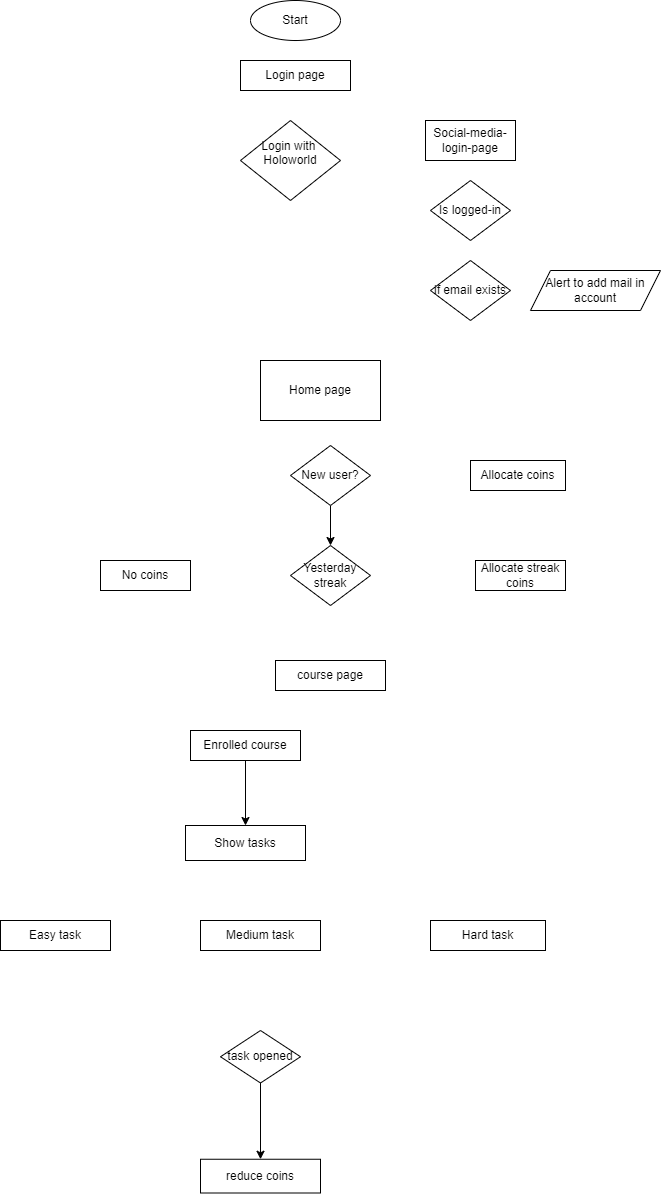
The draw.io diagram public/Coin-flow-chart.drawio.png in karthiksatish159/googleads, before a commit. Source tidied: cells renumbered, new cells last; positions are measured from the earlier drawing's top-left corner, leaving out a move shared by most shapes.
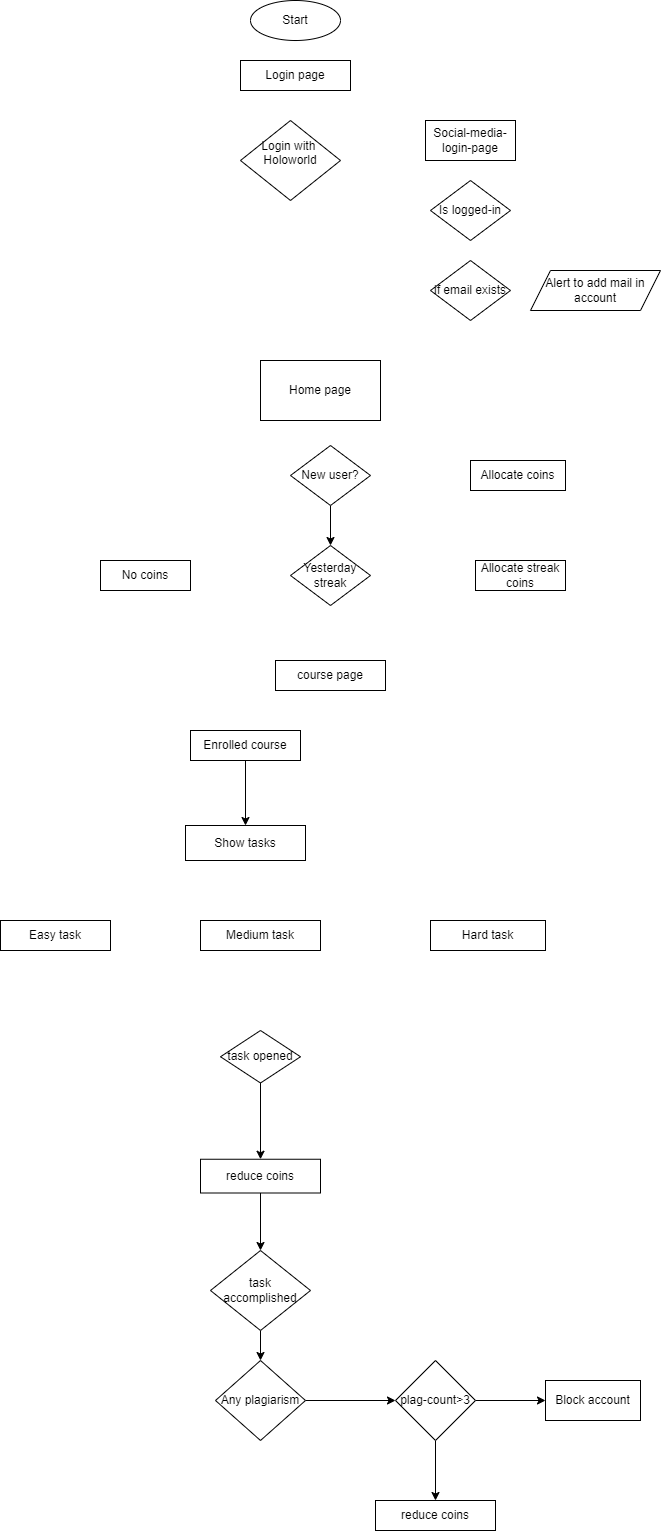
The same file after the commit.

Change to the diagram source:
```diff
@@ -62,6 +62,9 @@
     <mxCell id="21" value="task opened" style="rhombus;whiteSpace=wrap;html=1;rounded=0;" parent="1" vertex="1">
       <mxGeometry x="220" y="1030" width="80" height="52.5" as="geometry" />
     </mxCell>
+    <mxCell id="26" style="edgeStyle=orthogonalEdgeStyle;rounded=0;jettySize=auto;html=1;" parent="1" edge="1" source="22" target="28">
+      <mxGeometry relative="1" as="geometry" />
+    </mxCell>
     <mxCell id="22" value="reduce coins" style="whiteSpace=wrap;html=1;rounded=0;" parent="1" vertex="1">
       <mxGeometry x="200" y="1158.8" width="120" height="33.8" as="geometry" />
     </mxCell>
@@ -74,5 +77,32 @@
     <mxCell id="25" value="Hard task" style="rounded=0;whiteSpace=wrap;html=1;" parent="1" vertex="1">
       <mxGeometry x="430" y="920" width="115" height="30" as="geometry" />
     </mxCell>
+    <mxCell id="27" style="edgeStyle=orthogonalEdgeStyle;rounded=0;jettySize=auto;html=1;" parent="1" edge="1" source="28" target="30">
+      <mxGeometry relative="1" as="geometry" />
+    </mxCell>
+    <mxCell id="28" value="task accomplished" style="rhombus;whiteSpace=wrap;html=1;rounded=0;" parent="1" vertex="1">
+      <mxGeometry x="210" y="1250" width="100" height="80" as="geometry" />
+    </mxCell>
+    <mxCell id="29" style="edgeStyle=orthogonalEdgeStyle;rounded=0;jettySize=auto;html=1;" parent="1" edge="1" source="30" target="33">
+      <mxGeometry relative="1" as="geometry" />
+    </mxCell>
+    <mxCell id="30" value="Any plagiarism" style="rhombus;whiteSpace=wrap;html=1;rounded=0;" parent="1" vertex="1">
+      <mxGeometry x="215" y="1360" width="90" height="80" as="geometry" />
+    </mxCell>
+    <mxCell id="31" style="edgeStyle=orthogonalEdgeStyle;rounded=0;jettySize=auto;html=1;" parent="1" edge="1" source="33" target="34">
+      <mxGeometry relative="1" as="geometry" />
+    </mxCell>
+    <mxCell id="32" style="edgeStyle=orthogonalEdgeStyle;rounded=0;jettySize=auto;html=1;" parent="1" edge="1" source="33" target="35">
+      <mxGeometry relative="1" as="geometry" />
+    </mxCell>
+    <mxCell id="33" value="plag-count&amp;gt;3" style="rhombus;whiteSpace=wrap;html=1;rounded=0;" parent="1" vertex="1">
+      <mxGeometry x="395" y="1360" width="80" height="80" as="geometry" />
+    </mxCell>
+    <mxCell id="34" value="Block account" style="whiteSpace=wrap;html=1;rounded=0;" parent="1" vertex="1">
+      <mxGeometry x="545" y="1380" width="95" height="40" as="geometry" />
+    </mxCell>
+    <mxCell id="35" value="reduce coins" style="whiteSpace=wrap;html=1;rounded=0;" parent="1" vertex="1">
+      <mxGeometry x="375" y="1500" width="120" height="30" as="geometry" />
+    </mxCell>
   </root>
 </mxGraphModel>
```
